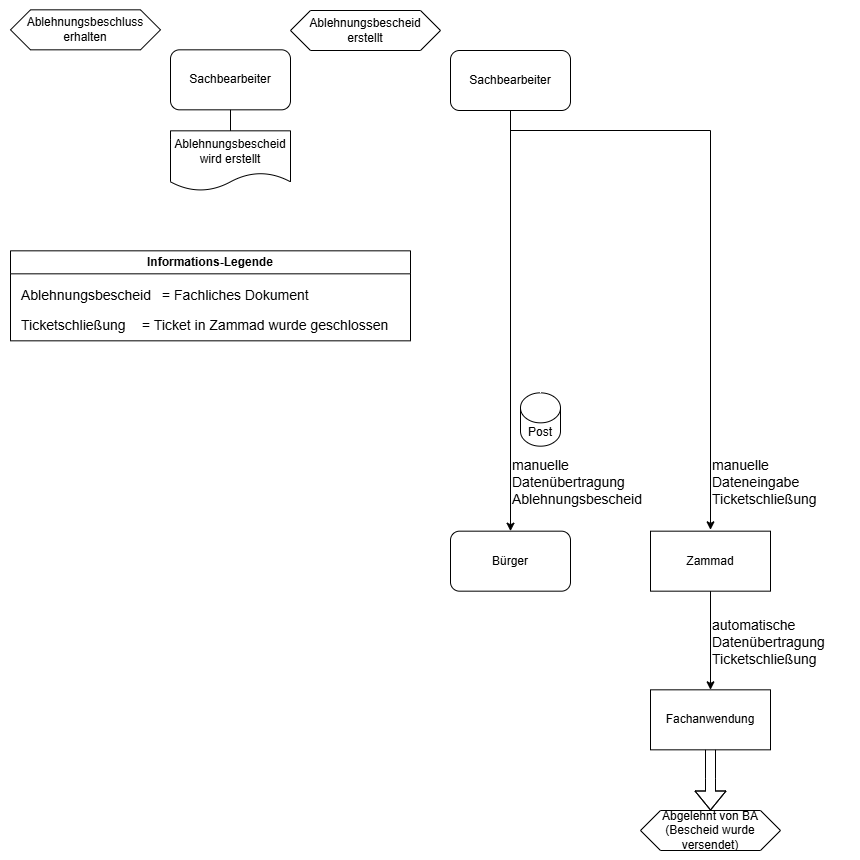
This is docs/src/about/dataflow-diagram/Zurueckgewiesen-state.png from it-at-m/stadtbezirksbudget, a draw.io export, as it was before one commit. Source tidied: cells renumbered, new cells last; positions are measured from the earlier drawing's top-left corner, leaving out a move shared by most shapes.
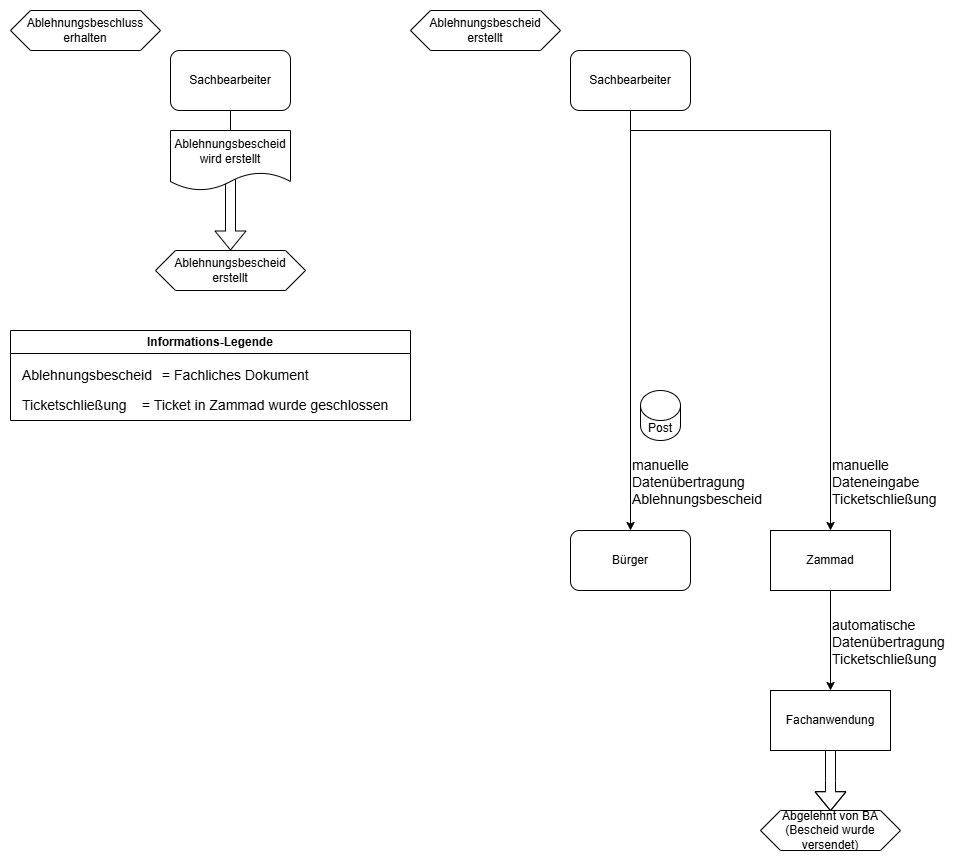
The same diagram one commit later.

Diff of the diagram source:
```diff
@@ -2,92 +2,107 @@
   <root>
     <mxCell id="0" />
     <mxCell id="1" parent="0" />
+    <mxCell id="26" style="edgeStyle=orthogonalEdgeStyle;rounded=0;orthogonalLoop=1;jettySize=auto;html=1;entryX=0.5;entryY=0;entryDx=0;entryDy=0;" parent="1" edge="1">
+      <mxGeometry relative="1" as="geometry">
+        <mxPoint x="790" y="690" as="targetPoint" />
+      </mxGeometry>
+    </mxCell>
     <mxCell id="2" value="Ablehnungsbeschluss erhalten" style="shape=hexagon;perimeter=hexagonPerimeter2;whiteSpace=wrap;html=1;fixedSize=1;" parent="1" vertex="1">
-      <mxGeometry x="10" y="9.3" width="150" height="40" as="geometry" />
+      <mxGeometry x="10" y="10" width="150" height="40" as="geometry" />
     </mxCell>
     <mxCell id="3" value="Informations-Legende" style="swimlane;whiteSpace=wrap;html=1;" parent="1" vertex="1">
-      <mxGeometry x="10" y="250.3" width="400" height="90" as="geometry" />
+      <mxGeometry x="10" y="330" width="400" height="90" as="geometry" />
     </mxCell>
     <mxCell id="4" value="&lt;span style=&quot;font-size: 14px; text-wrap-mode: wrap;&quot;&gt;Ablehnungsbescheid&lt;/span&gt;" style="text;html=1;align=left;verticalAlign=middle;strokeColor=none;fillColor=none;" parent="3" vertex="1">
-      <mxGeometry x="9" y="30" width="150" height="30" as="geometry" />
+      <mxGeometry x="10" y="30" width="150" height="30" as="geometry" />
     </mxCell>
     <mxCell id="5" value="&lt;font style=&quot;font-size: 14px;&quot;&gt;= Fachliches Dokument&lt;/font&gt;" style="text;html=1;align=left;verticalAlign=middle;strokeColor=none;fillColor=none;" parent="3" vertex="1">
       <mxGeometry x="150" y="30" width="170" height="30" as="geometry" />
     </mxCell>
     <mxCell id="6" value="&lt;font style=&quot;font-size: 14px;&quot;&gt;Ticketschließung&lt;/font&gt;" style="text;html=1;align=left;verticalAlign=middle;strokeColor=none;fillColor=none;" parent="3" vertex="1">
-      <mxGeometry x="9" y="60" width="130" height="30" as="geometry" />
+      <mxGeometry x="10" y="60" width="130" height="30" as="geometry" />
     </mxCell>
     <mxCell id="7" value="&lt;font style=&quot;font-size: 14px;&quot;&gt;= Ticket in Zammad wurde geschlossen&lt;/font&gt;" style="text;html=1;align=left;verticalAlign=middle;strokeColor=none;fillColor=none;" parent="3" vertex="1">
       <mxGeometry x="130" y="60" width="270" height="30" as="geometry" />
     </mxCell>
-    <mxCell id="8" value="Ablehnungsbescheid erstellt" style="shape=hexagon;perimeter=hexagonPerimeter2;whiteSpace=wrap;html=1;fixedSize=1;" parent="1" vertex="1">
-      <mxGeometry x="290" y="10" width="150" height="40" as="geometry" />
-    </mxCell>
-    <mxCell id="9" style="edgeStyle=orthogonalEdgeStyle;rounded=0;jettySize=auto;html=1;entryX=0.5;entryY=0;entryDx=0;entryDy=0;" parent="1" edge="1" source="11" target="12">
-      <mxGeometry relative="1" as="geometry" />
-    </mxCell>
-    <mxCell id="10" style="edgeStyle=orthogonalEdgeStyle;rounded=0;jettySize=auto;html=1;entryX=0.5;entryY=0;entryDx=0;entryDy=0;" parent="1" edge="1" source="11">
-      <mxGeometry relative="1" as="geometry">
-        <mxPoint x="710" y="529.3" as="targetPoint" />
-        <Array as="points">
-          <mxPoint x="510" y="130" />
-          <mxPoint x="710" y="130" />
-        </Array>
-      </mxGeometry>
-    </mxCell>
-    <mxCell id="11" value="Sachbearbeiter" style="rounded=1;whiteSpace=wrap;html=1;" parent="1" vertex="1">
-      <mxGeometry x="450" y="50" width="120" height="60" as="geometry" />
-    </mxCell>
+    <mxCell id="27" value="Ablehnungsbescheid erstellt" style="shape=hexagon;perimeter=hexagonPerimeter2;whiteSpace=wrap;html=1;fixedSize=1;" parent="1" vertex="1">
+      <mxGeometry x="410" y="10" width="150" height="40" as="geometry" />
+    </mxCell>
+    <mxCell id="28" style="edgeStyle=orthogonalEdgeStyle;rounded=0;jettySize=auto;html=1;entryX=0.5;entryY=0;entryDx=0;entryDy=0;" parent="1" edge="1" source="30" target="12">
+      <mxGeometry relative="1" as="geometry" />
+    </mxCell>
+    <mxCell id="29" style="edgeStyle=orthogonalEdgeStyle;rounded=0;jettySize=auto;html=1;entryX=0.5;entryY=0;entryDx=0;entryDy=0;" parent="1" edge="1" source="30">
+      <mxGeometry relative="1" as="geometry">
+        <mxPoint x="830" y="530" as="targetPoint" />
+        <Array as="points">
+          <mxPoint x="630" y="130" />
+          <mxPoint x="830" y="130" />
+        </Array>
+      </mxGeometry>
+    </mxCell>
+    <mxCell id="30" value="Sachbearbeiter" style="rounded=1;whiteSpace=wrap;html=1;" parent="1" vertex="1">
+      <mxGeometry x="570" y="50" width="120" height="60" as="geometry" />
+    </mxCell>
     <mxCell id="12" value="Bürger" style="rounded=1;whiteSpace=wrap;html=1;" parent="1" vertex="1">
-      <mxGeometry x="450" y="530.7" width="120" height="60" as="geometry" />
+      <mxGeometry x="570" y="530" width="120" height="60" as="geometry" />
     </mxCell>
     <mxCell id="13" value="&lt;div&gt;&lt;font style=&quot;font-size: 14px;&quot;&gt;manuelle&lt;br&gt;&lt;/font&gt;&lt;/div&gt;&lt;div&gt;&lt;font style=&quot;font-size: 14px;&quot;&gt;Datenübertragung&lt;/font&gt;&lt;/div&gt;&lt;div&gt;&lt;font style=&quot;font-size: 14px;&quot;&gt;Ablehnungsbescheid&amp;nbsp;&lt;/font&gt;&lt;/div&gt;" style="text;whiteSpace=wrap;html=1;" parent="1" vertex="1">
-      <mxGeometry x="510" y="450" width="120" height="50" as="geometry" />
+      <mxGeometry x="630" y="450" width="120" height="50" as="geometry" />
     </mxCell>
-    <mxCell id="14" value="Sachbearbeiter" style="rounded=1;whiteSpace=wrap;html=1;" parent="1" vertex="1">
-      <mxGeometry x="170" y="49.3" width="120" height="60" as="geometry" />
-    </mxCell>
-    <mxCell id="15" value="Ablehnungsbescheid wird erstellt" style="shape=document;whiteSpace=wrap;html=1;boundedLbl=1;" parent="1" vertex="1">
-      <mxGeometry x="170" y="130.3" width="120" height="60" as="geometry" />
-    </mxCell>
-    <mxCell id="16" style="endArrow=none;html=1;rounded=0;exitX=0.5;exitY=0;exitDx=0;exitDy=0;entryX=0.5;entryY=1;entryDx=0;entryDy=0;" parent="1" edge="1" source="15" target="14">
-      <mxGeometry relative="1" as="geometry" />
-    </mxCell>
+    <mxCell id="31" value="Sachbearbeiter" style="rounded=1;whiteSpace=wrap;html=1;" parent="1" vertex="1">
+      <mxGeometry x="170" y="50" width="120" height="60" as="geometry" />
+    </mxCell>
+    <mxCell id="32" style="endArrow=none;html=1;rounded=0;exitX=0.5;exitY=0;exitDx=0;exitDy=0;entryX=0.5;entryY=1;entryDx=0;entryDy=0;" parent="1" edge="1" target="31">
+      <mxGeometry relative="1" as="geometry">
+        <mxPoint x="230" y="130" as="sourcePoint" />
+      </mxGeometry>
+    </mxCell>
     <mxCell id="17" value="Post" style="shape=cylinder3;whiteSpace=wrap;html=1;boundedLbl=1;backgroundOutline=1;size=15;" parent="1" vertex="1">
-      <mxGeometry x="520" y="392.3" width="40" height="53.3" as="geometry" />
+      <mxGeometry x="640" y="390" width="40" height="50" as="geometry" />
     </mxCell>
-    <mxCell id="18" style="edgeStyle=orthogonalEdgeStyle;rounded=0;orthogonalLoop=1;jettySize=auto;html=1;entryX=0.5;entryY=0;entryDx=0;entryDy=0;exitX=0.5;exitY=1;exitDx=0;exitDy=0;" parent="1" edge="1">
-      <mxGeometry relative="1" as="geometry">
-        <mxPoint x="710" y="589.3" as="sourcePoint" />
-        <mxPoint x="710" y="689.3" as="targetPoint" />
-      </mxGeometry>
-    </mxCell>
+    <mxCell id="33" style="edgeStyle=orthogonalEdgeStyle;rounded=0;orthogonalLoop=1;jettySize=auto;html=1;entryX=0.5;entryY=0;entryDx=0;entryDy=0;exitX=0.5;exitY=1;exitDx=0;exitDy=0;" parent="1" edge="1">
+      <mxGeometry relative="1" as="geometry">
+        <mxPoint x="830" y="590" as="sourcePoint" />
+        <mxPoint x="830" y="690" as="targetPoint" />
+      </mxGeometry>
+    </mxCell>
     <mxCell id="19" value="Zammad" style="rounded=0;whiteSpace=wrap;html=1;" parent="1" vertex="1">
-      <mxGeometry x="650" y="530.7" width="120" height="60" as="geometry" />
+      <mxGeometry x="770" y="530" width="120" height="60" as="geometry" />
     </mxCell>
     <mxCell id="20" value="&lt;div&gt;&lt;font style=&quot;font-size: 14px;&quot;&gt;manuelle&lt;/font&gt;&lt;/div&gt;&lt;div&gt;&lt;font style=&quot;font-size: 14px;&quot;&gt;Dateneingabe&lt;/font&gt;&lt;/div&gt;&lt;div&gt;&lt;font style=&quot;font-size: 14px;&quot;&gt;Ticketschließung&lt;/font&gt;&lt;/div&gt;" style="text;whiteSpace=wrap;html=1;" parent="1" vertex="1">
-      <mxGeometry x="710" y="450" width="120" height="60" as="geometry" />
+      <mxGeometry x="830" y="450" width="120" height="60" as="geometry" />
     </mxCell>
     <mxCell id="21" value="&lt;div&gt;&lt;font style=&quot;font-size: 14px;&quot;&gt;automatische&lt;/font&gt;&lt;/div&gt;&lt;div&gt;&lt;font style=&quot;font-size: 14px;&quot;&gt;Datenübertragung&lt;/font&gt;&lt;/div&gt;&lt;div&gt;&lt;font style=&quot;font-size: 14px;&quot;&gt;Ticketschließung&lt;/font&gt;&lt;/div&gt;" style="text;whiteSpace=wrap;html=1;" parent="1" vertex="1">
-      <mxGeometry x="710" y="610" width="150" height="40" as="geometry" />
+      <mxGeometry x="830" y="610" width="150" height="40" as="geometry" />
     </mxCell>
-    <mxCell id="22" style="shape=flexArrow;endArrow=classic;html=1;rounded=0;" parent="1" edge="1">
-      <mxGeometry relative="1" as="geometry">
-        <mxPoint x="710" y="740" as="sourcePoint" />
-        <mxPoint x="710" y="810" as="targetPoint" />
-        <Array as="points">
-          <mxPoint x="710" y="778.3" />
-        </Array>
-      </mxGeometry>
-    </mxCell>
+    <mxCell id="34" style="shape=flexArrow;endArrow=classic;html=1;rounded=0;" parent="1" edge="1">
+      <mxGeometry relative="1" as="geometry">
+        <mxPoint x="830" y="740.7" as="sourcePoint" />
+        <mxPoint x="830" y="810.7" as="targetPoint" />
+        <Array as="points">
+          <mxPoint x="830" y="780" />
+        </Array>
+      </mxGeometry>
+    </mxCell>
     <mxCell id="23" value="Abgelehnt von BA (Bescheid wurde versendet)" style="shape=hexagon;perimeter=hexagonPerimeter2;whiteSpace=wrap;html=1;fixedSize=1;" parent="1" vertex="1">
-      <mxGeometry x="640" y="810" width="140" height="40" as="geometry" />
+      <mxGeometry x="760" y="810" width="140" height="40" as="geometry" />
     </mxCell>
     <mxCell id="24" value="Fachanwendung" style="rounded=0;whiteSpace=wrap;html=1;" parent="1" vertex="1">
-      <mxGeometry x="650" y="689.3" width="120" height="60" as="geometry" />
+      <mxGeometry x="770" y="690" width="120" height="60" as="geometry" />
     </mxCell>
-    <mxCell id="25" style="rounded=0;whiteSpace=wrap;html=1;fillColor=none;strokeColor=none;" parent="1" vertex="1">
-      <mxGeometry width="840" height="860" as="geometry" />
-    </mxCell>
+    <mxCell id="35" value="Ablehnungsbescheid erstellt" style="shape=hexagon;perimeter=hexagonPerimeter2;whiteSpace=wrap;html=1;fixedSize=1;" parent="1" vertex="1">
+      <mxGeometry x="155" y="250" width="150" height="40" as="geometry" />
+    </mxCell>
+    <mxCell id="36" style="shape=flexArrow;endArrow=classic;html=1;rounded=0;entryX=0.5;entryY=0;entryDx=0;entryDy=0;" parent="1" edge="1" target="35">
+      <mxGeometry relative="1" as="geometry">
+        <mxPoint x="230" y="170" as="sourcePoint" />
+      </mxGeometry>
+    </mxCell>
+    <mxCell id="15" value="Ablehnungsbescheid wird erstellt" style="shape=document;whiteSpace=wrap;html=1;boundedLbl=1;" parent="1" vertex="1">
+      <mxGeometry x="170" y="130" width="120" height="60" as="geometry" />
+    </mxCell>
+    <mxCell id="37" style="rounded=0;whiteSpace=wrap;html=1;fillColor=none;strokeColor=none;" parent="1" vertex="1">
+      <mxGeometry width="960" height="860" as="geometry" />
+    </mxCell>
   </root>
 </mxGraphModel>
```
